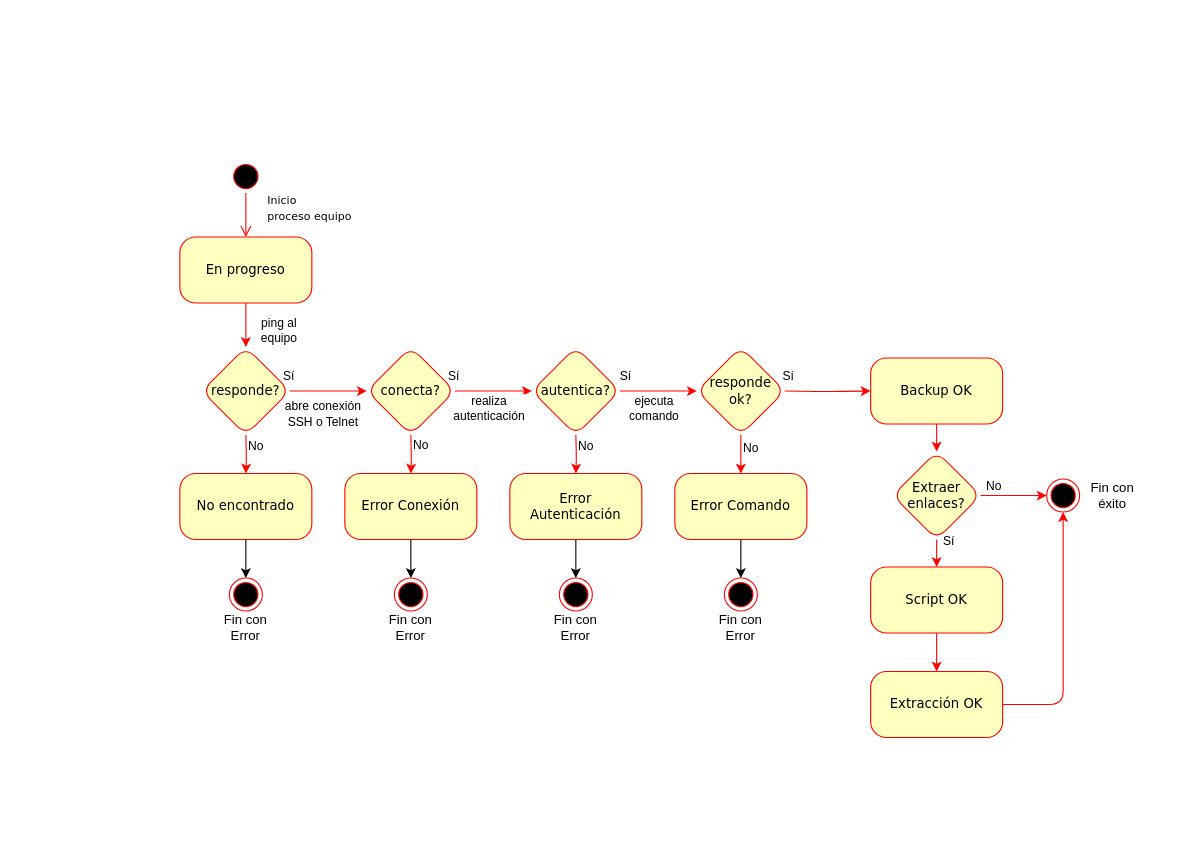
The draw.io diagram conciliation-architecture.drawio in jcperezz/conciliation-docs, before the edit. Source tidied: cells renumbered, new cells numbered last; positions are measured from the earlier drawing's top-left corner, leaving out a move shared by most shapes. Both pictures are drawn from the tidied source at 110%, with x=0, y=0 at pixel (179, 160).
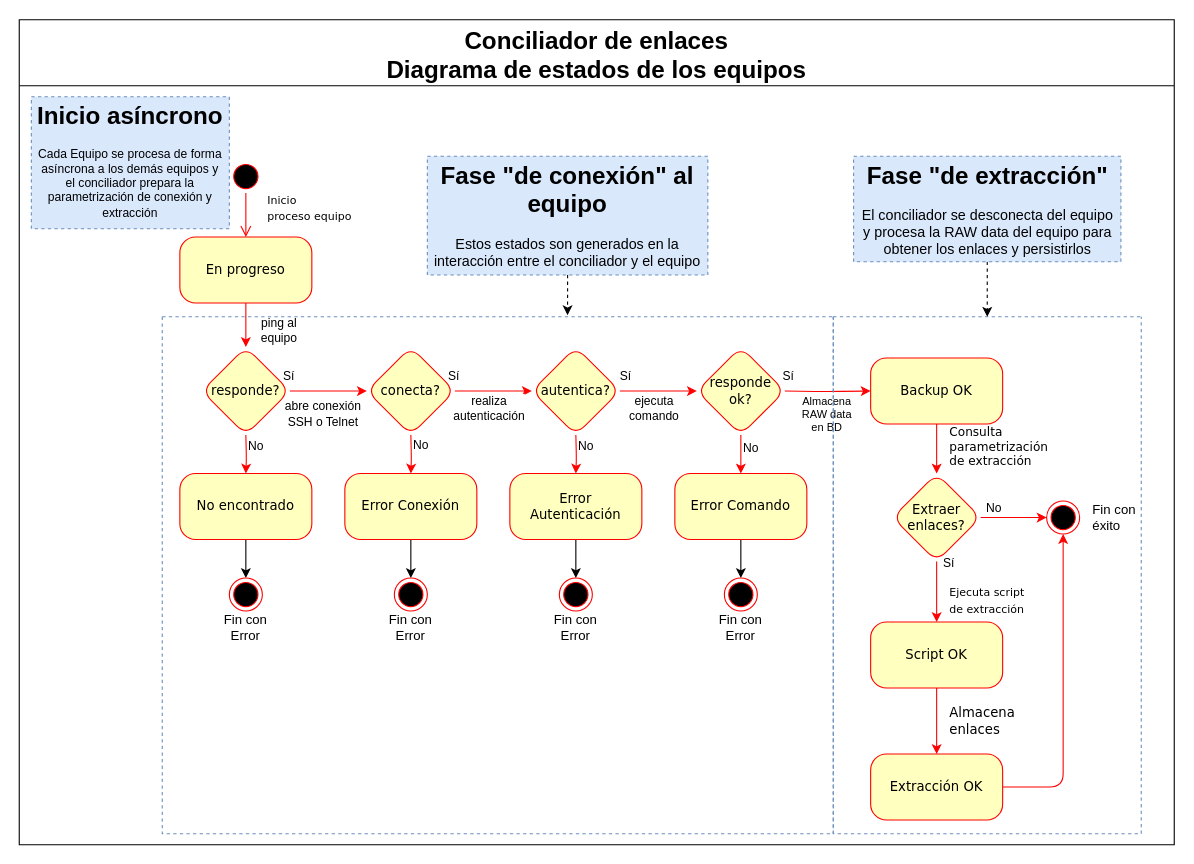
The same diagram, later.

Commit message (it also covers changes not shown here):
Update conciliation-architecture

Unchanged cells that the change refers to:
```xml
<mxCell id="7" value="Backup OK" style="rounded=1;whiteSpace=wrap;html=1;arcSize=24;fillColor=#ffffc0;strokeColor=#ff0000;shadow=0;comic=0;labelBackgroundColor=none;fontFamily=Verdana;fontSize=12;fontColor=#000000;align=center;" parent="1" vertex="1">
  <mxGeometry x="628" y="180" width="120" height="60" as="geometry" />
</mxCell>
<mxCell id="12" style="edgeStyle=orthogonalEdgeStyle;rounded=1;jettySize=auto;html=1;fontSize=12;fontFamily=Verdana;fillColor=#ffffc0;strokeColor=#ff0000;fontColor=#000000;arcSize=24;shadow=0;comic=0;labelBackgroundColor=none;" parent="1" edge="1" target="7">
  <mxGeometry relative="1" as="geometry">
    <mxPoint x="550" y="210" as="sourcePoint" />
  </mxGeometry>
</mxCell>
```

Change to the diagram source:
```diff
@@
     <mxCell id="4" value="Extracción OK" style="rounded=1;whiteSpace=wrap;html=1;arcSize=24;fillColor=#ffffc0;strokeColor=#ff0000;shadow=0;comic=0;labelBackgroundColor=none;fontFamily=Verdana;fontSize=12;fontColor=#000000;align=center;" parent="1" vertex="1">
-      <mxGeometry x="628" y="465" width="120" height="60" as="geometry" />
+      <mxGeometry x="628" y="540" width="120" height="60" as="geometry" />
     </mxCell>
@@
-    <mxCell id="6" style="edgeStyle=orthogonalEdgeStyle;rounded=1;jettySize=auto;html=1;fontSize=12;fontFamily=Verdana;fillColor=#ffffc0;strokeColor=#ff0000;fontColor=#000000;arcSize=24;shadow=0;comic=0;labelBackgroundColor=none;" parent="1" edge="1" source="7" target="18">
-      <mxGeometry relative="1" as="geometry" />
+    <mxCell id="6" value="&lt;font style=&quot;font-size: 11px&quot;&gt;Consulta &lt;br&gt;parametrización &lt;br&gt;&lt;/font&gt;&lt;div style=&quot;font-size: 11px&quot;&gt;&lt;font style=&quot;font-size: 11px&quot;&gt;de extracción&lt;/font&gt;&lt;/div&gt;" style="edgeStyle=orthogonalEdgeStyle;rounded=1;jettySize=auto;html=1;fontSize=12;fontFamily=Verdana;fillColor=#ffffc0;strokeColor=#ff0000;fontColor=#000000;arcSize=24;shadow=0;comic=0;labelBackgroundColor=none;align=left;" parent="1" edge="1" source="7" target="18">
+      <mxGeometry x="-0.11" y="10" relative="1" as="geometry" />
     </mxCell>
@@
-    <mxCell id="9" style="edgeStyle=orthogonalEdgeStyle;rounded=1;jettySize=auto;html=1;fontSize=12;fontFamily=Verdana;fillColor=#ffffc0;strokeColor=#ff0000;fontColor=#000000;arcSize=24;shadow=0;comic=0;labelBackgroundColor=none;" parent="1" edge="1" source="10" target="4">
-      <mxGeometry relative="1" as="geometry" />
+    <mxCell id="9" value="Almacena &lt;br&gt;enlaces" style="edgeStyle=orthogonalEdgeStyle;rounded=1;jettySize=auto;html=1;fontSize=12;fontFamily=Verdana;fillColor=#ffffc0;strokeColor=#ff0000;fontColor=#000000;arcSize=24;shadow=0;comic=0;labelBackgroundColor=none;align=left;" parent="1" edge="1" source="10" target="4">
+      <mxGeometry y="10" relative="1" as="geometry" />
     </mxCell>
     <mxCell id="10" value="Script OK" style="rounded=1;whiteSpace=wrap;html=1;arcSize=24;fillColor=#ffffc0;strokeColor=#ff0000;shadow=0;comic=0;labelBackgroundColor=none;fontFamily=Verdana;fontSize=12;fontColor=#000000;align=center;" parent="1" vertex="1">
-      <mxGeometry x="628" y="370" width="120" height="60" as="geometry" />
+      <mxGeometry x="628" y="420" width="120" height="60" as="geometry" />
     </mxCell>
@@
+    <mxCell id="60" value="Almacena &lt;br&gt;RAW data&lt;br&gt;en BD" style="edgeLabel;html=1;align=center;verticalAlign=middle;fontSize=10;" parent="12" vertex="1">
+      <mxGeometry x="-0.25" y="1" relative="1" as="geometry">
+        <mxPoint x="8" y="21" as="offset" />
+      </mxGeometry>
+    </mxCell>
-    <mxCell id="14" style="edgeStyle=orthogonalEdgeStyle;rounded=1;jettySize=auto;html=1;fontSize=12;fontFamily=Verdana;fillColor=#ffffc0;strokeColor=#ff0000;fontColor=#000000;arcSize=24;shadow=0;comic=0;labelBackgroundColor=none;" parent="1" edge="1" source="18" target="10">
-      <mxGeometry relative="1" as="geometry" />
+    <mxCell id="14" value="&lt;font style=&quot;font-size: 10px&quot;&gt;Ejecuta script &lt;br&gt;de extracción&lt;/font&gt;" style="edgeStyle=orthogonalEdgeStyle;rounded=1;jettySize=auto;html=1;fontSize=12;fontFamily=Verdana;fillColor=#ffffc0;strokeColor=#ff0000;fontColor=#000000;arcSize=24;shadow=0;comic=0;labelBackgroundColor=none;align=left;" parent="1" edge="1" source="18" target="10">
+      <mxGeometry x="0.27" y="10" relative="1" as="geometry" />
     </mxCell>
     <mxCell id="15" style="edgeStyle=orthogonalEdgeStyle;rounded=1;jettySize=auto;html=1;fontSize=12;fontFamily=Verdana;fillColor=#ffffc0;strokeColor=#ff0000;fontColor=#000000;arcSize=24;shadow=0;comic=0;labelBackgroundColor=none;" parent="1" edge="1" source="18" target="19">
       <mxGeometry relative="1" as="geometry">
         <Array as="points">
-          <mxPoint x="748" y="305" />
-          <mxPoint x="748" y="305" />
+          <mxPoint x="748" y="325" />
+          <mxPoint x="748" y="325" />
         </Array>
       </mxGeometry>
     </mxCell>
@@
     <mxCell id="18" value="Extraer enlaces?" style="rhombus;whiteSpace=wrap;html=1;fontFamily=Verdana;fillColor=#ffffc0;strokeColor=#ff0000;fontColor=#000000;rounded=1;arcSize=24;shadow=0;comic=0;labelBackgroundColor=none;" parent="1" vertex="1">
-      <mxGeometry x="648" y="265" width="80" height="80" as="geometry" />
+      <mxGeometry x="648" y="285" width="80" height="80" as="geometry" />
     </mxCell>
     <mxCell id="19" style="ellipse;html=1;shape=endState;fillColor=#000000;strokeColor=#ff0000;rounded=1;shadow=0;comic=0;labelBackgroundColor=none;fontFamily=Verdana;fontSize=12;fontColor=#000000;align=center;" parent="1" vertex="1">
-      <mxGeometry x="788" y="290" width="30" height="30" as="geometry" />
+      <mxGeometry x="788" y="310" width="30" height="30" as="geometry" />
     </mxCell>
@@
-    <mxCell id="21" value="Fin con éxito" style="text;html=1;strokeColor=none;fillColor=none;align=center;verticalAlign=middle;whiteSpace=wrap;rounded=0;" parent="1" vertex="1">
-      <mxGeometry x="818" y="290" width="60" height="30" as="geometry" />
+    <mxCell id="21" value="Fin con éxito" style="text;html=1;strokeColor=none;fillColor=none;align=left;verticalAlign=middle;whiteSpace=wrap;rounded=0;" parent="1" vertex="1">
+      <mxGeometry x="828" y="310" width="60" height="30" as="geometry" />
     </mxCell>
@@
+    <mxCell id="61" style="swimlane;startSize=0;fontSize=11;dashed=1;fillColor=#dae8fc;strokeColor=#6c8ebf;shadow=0;glass=0;sketch=0;" parent="1" vertex="1">
+      <mxGeometry x="-16" y="142.5" width="610" height="470" as="geometry" />
+    </mxCell>
+    <mxCell id="62" value="&lt;h1&gt;Inicio asíncrono&lt;/h1&gt;&lt;p&gt;Cada Equipo se procesa de forma asíncrona a los demás equipos y el conciliador prepara la parametrización de conexión y extracción&lt;/p&gt;" style="text;html=1;strokeColor=#6c8ebf;fillColor=#dae8fc;spacing=5;spacingTop=-20;whiteSpace=wrap;overflow=hidden;rounded=0;fontSize=11;align=center;dashed=1;" parent="1" vertex="1">
+      <mxGeometry x="-135" y="-57.5" width="180" height="120" as="geometry" />
+    </mxCell>
+    <mxCell id="63" style="edgeStyle=orthogonalEdgeStyle;rounded=0;jettySize=auto;html=1;dashed=1;fontSize=13;entryX=0.604;entryY=-0.003;entryDx=0;entryDy=0;entryPerimeter=0;" parent="1" edge="1" source="64" target="61">
+      <mxGeometry relative="1" as="geometry" />
+    </mxCell>
+    <mxCell id="64" value="&lt;h1&gt;Fase &quot;de conexión&quot; al equipo&lt;/h1&gt;&lt;p&gt;&lt;font style=&quot;font-size: 13px&quot;&gt;Estos estados son generados en la interacción entre el conciliador y el equipo&lt;/font&gt;&lt;/p&gt;" style="text;html=1;strokeColor=#6c8ebf;fillColor=#dae8fc;spacing=5;spacingTop=-20;whiteSpace=wrap;overflow=hidden;rounded=0;dashed=1;fontSize=11;align=center;" parent="1" vertex="1">
+      <mxGeometry x="225" y="-3.5" width="255" height="108" as="geometry" />
+    </mxCell>
+    <mxCell id="65" style="swimlane;startSize=0;dashed=1;fontSize=13;fillColor=#dae8fc;strokeColor=#6c8ebf;" parent="1" vertex="1">
+      <mxGeometry x="594" y="142.5" width="280" height="470" as="geometry" />
+    </mxCell>
+    <mxCell id="66" style="edgeStyle=orthogonalEdgeStyle;rounded=0;jettySize=auto;html=1;dashed=1;fontSize=13;entryX=0.5;entryY=0;entryDx=0;entryDy=0;" parent="1" edge="1" source="67" target="65">
+      <mxGeometry relative="1" as="geometry" />
+    </mxCell>
+    <mxCell id="67" value="&lt;h1&gt;Fase &quot;de extracción&quot;&lt;/h1&gt;&lt;p&gt;&lt;span style=&quot;font-size: 13px&quot;&gt;El conciliador se desconecta del equipo y procesa la RAW data del equipo para obtener los enlaces y persistirlos&lt;/span&gt;&lt;/p&gt;" style="text;html=1;strokeColor=#6c8ebf;fillColor=#dae8fc;spacing=5;spacingTop=-20;whiteSpace=wrap;overflow=hidden;rounded=0;dashed=1;fontSize=11;align=center;" parent="1" vertex="1">
+      <mxGeometry x="612.5" y="-3.5" width="243" height="96" as="geometry" />
+    </mxCell>
+    <mxCell id="68" value="Conciliador de enlaces&#10;Diagrama de estados de los equipos" style="swimlane;shadow=0;glass=0;sketch=0;fontSize=22;startSize=60;" parent="1" vertex="1">
+      <mxGeometry x="-146" y="-127.5" width="1050" height="750" as="geometry" />
+    </mxCell>
```
